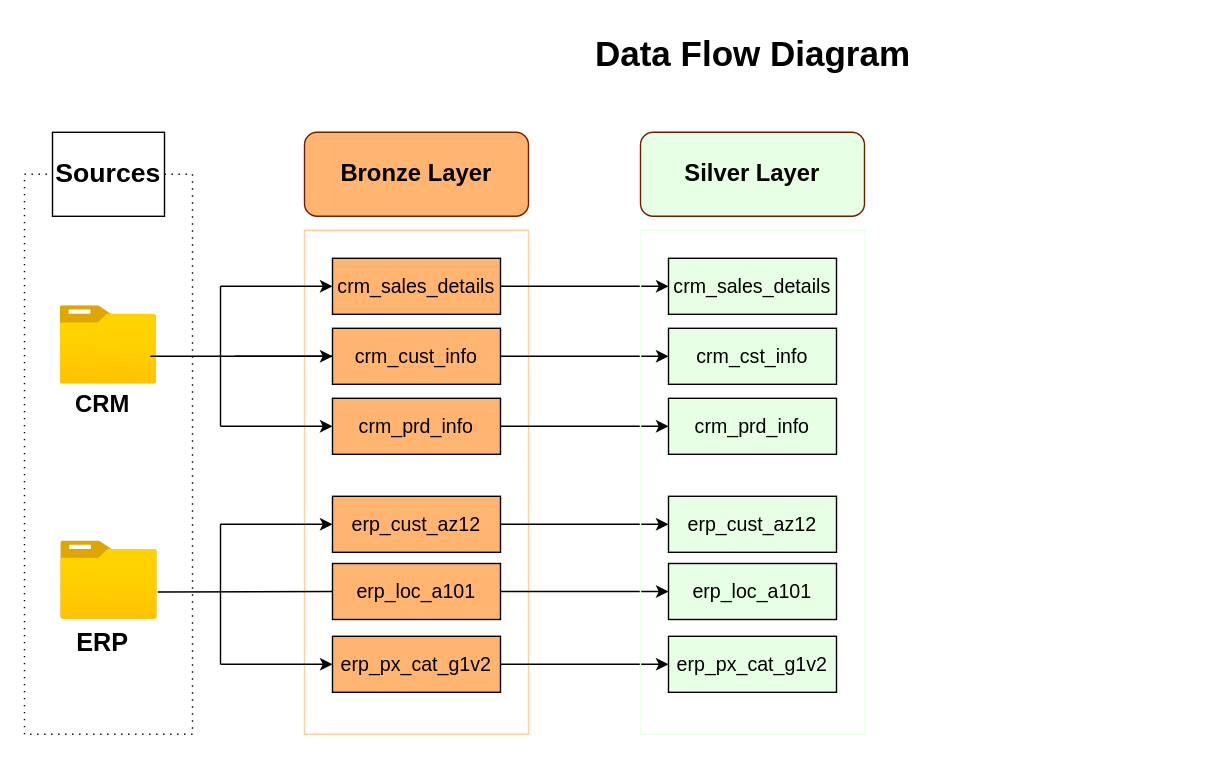
AyushRawat-ghost/Data-Science-And-Engineering keeps this draw.io diagram as Data Warehouse/Draw.io/Data Flow Diagram.drawio. Above is the earlier version. Source tidied: cells renumbered, new cells numbered last; positions are measured from the earlier drawing's top-left corner, leaving out a move shared by most shapes. Both pictures are drawn from the tidied source at 140%, with x=0, y=0 at pixel (24, 24).
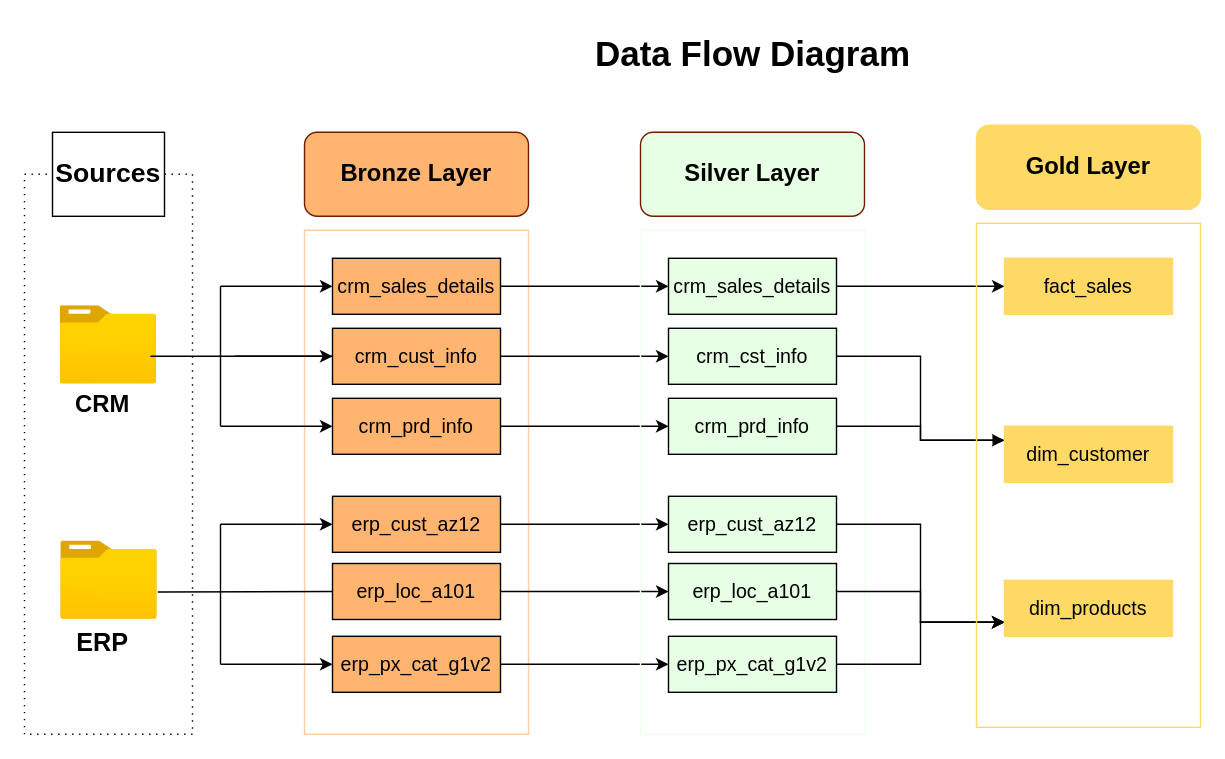
The same page after the edit.

Unchanged cells that the change refers to:
```xml
<mxCell id="34" value="&lt;font style=&quot;color: light-dark(rgb(0, 0, 0), rgb(0, 0, 0)); font-size: 14px;&quot;&gt;crm_sales_details&lt;/font&gt;" style="rounded=0;whiteSpace=wrap;html=1;fillColor=#E6FFE5;" parent="1" vertex="1">
  <mxGeometry x="460" y="167" width="120" height="40" as="geometry" />
</mxCell>
<mxCell id="35" value="&lt;font style=&quot;color: light-dark(rgb(0, 0, 0), rgb(0, 0, 0)); font-size: 14px;&quot;&gt;crm_cst_info&lt;/font&gt;" style="rounded=0;whiteSpace=wrap;html=1;fillColor=#E6FFE5;" parent="1" vertex="1">
  <mxGeometry x="460" y="217" width="120" height="40" as="geometry" />
</mxCell>
<mxCell id="36" value="&lt;font style=&quot;color: light-dark(rgb(0, 0, 0), rgb(0, 0, 0)); font-size: 14px;&quot;&gt;crm_prd_info&lt;/font&gt;" style="rounded=0;whiteSpace=wrap;html=1;fillColor=#E6FFE5;" parent="1" vertex="1">
  <mxGeometry x="460" y="267" width="120" height="40" as="geometry" />
</mxCell>
<mxCell id="37" value="&lt;span style=&quot;color: rgb(0, 0, 0); font-size: 14px;&quot;&gt;erp_cust_az12&lt;/span&gt;" style="rounded=0;whiteSpace=wrap;html=1;fillColor=#E6FFE5;" parent="1" vertex="1">
  <mxGeometry x="460" y="337" width="120" height="40" as="geometry" />
</mxCell>
<mxCell id="38" value="&lt;span style=&quot;color: rgb(0, 0, 0); font-size: 14px;&quot;&gt;erp_loc_a101&lt;/span&gt;" style="rounded=0;whiteSpace=wrap;html=1;fillColor=#E6FFE5;" parent="1" vertex="1">
  <mxGeometry x="460" y="385" width="120" height="40" as="geometry" />
</mxCell>
<mxCell id="39" value="&lt;span style=&quot;color: rgb(0, 0, 0); font-size: 14px;&quot;&gt;erp_px_cat_g1v2&lt;/span&gt;" style="rounded=0;whiteSpace=wrap;html=1;fillColor=#E6FFE5;" parent="1" vertex="1">
  <mxGeometry x="460" y="437" width="120" height="40" as="geometry" />
</mxCell>
```

The edit, as a diff of the source:
```diff
@@
+    <mxCell id="40" style="edgeStyle=orthogonalEdgeStyle;rounded=0;jettySize=auto;html=1;" parent="1" edge="1" source="34" target="48">
+      <mxGeometry relative="1" as="geometry" />
+    </mxCell>
@@
+    <mxCell id="41" style="edgeStyle=orthogonalEdgeStyle;rounded=0;jettySize=auto;html=1;entryX=0;entryY=0.25;entryDx=0;entryDy=0;endArrow=blockThin;endFill=1;" parent="1" edge="1" source="35" target="49">
+      <mxGeometry relative="1" as="geometry" />
+    </mxCell>
@@
+    <mxCell id="42" style="edgeStyle=orthogonalEdgeStyle;rounded=0;jettySize=auto;html=1;entryX=0;entryY=0.25;entryDx=0;entryDy=0;" parent="1" edge="1" source="36" target="49">
+      <mxGeometry relative="1" as="geometry" />
+    </mxCell>
@@
+    <mxCell id="43" style="edgeStyle=orthogonalEdgeStyle;rounded=0;jettySize=auto;html=1;entryX=0;entryY=0.75;entryDx=0;entryDy=0;" parent="1" edge="1" source="37" target="50">
+      <mxGeometry relative="1" as="geometry" />
+    </mxCell>
@@
+    <mxCell id="44" style="edgeStyle=orthogonalEdgeStyle;rounded=0;jettySize=auto;html=1;entryX=0;entryY=0.75;entryDx=0;entryDy=0;" parent="1" edge="1" source="38" target="50">
+      <mxGeometry relative="1" as="geometry" />
+    </mxCell>
@@
+    <mxCell id="45" style="edgeStyle=orthogonalEdgeStyle;rounded=0;jettySize=auto;html=1;entryX=0;entryY=0.75;entryDx=0;entryDy=0;" parent="1" edge="1" source="39" target="50">
+      <mxGeometry relative="1" as="geometry" />
+    </mxCell>
@@
+    <mxCell id="46" style="rounded=0;whiteSpace=wrap;html=1;strokeColor=#FFD966;fillColor=none;" parent="1" vertex="1">
+      <mxGeometry x="680" y="142" width="160" height="360" as="geometry" />
+    </mxCell>
+    <mxCell id="47" value="&lt;b&gt;&lt;font style=&quot;font-size: 17px; color: rgb(0, 0, 0);&quot;&gt;Gold Layer&lt;/font&gt;&lt;/b&gt;" style="rounded=1;whiteSpace=wrap;html=1;fillColor=#FFD966;fontColor=#ffffff;strokeColor=#FFD966;" parent="1" vertex="1">
+      <mxGeometry x="680" y="72" width="160" height="60" as="geometry" />
+    </mxCell>
+    <mxCell id="48" value="&lt;font color=&quot;#000000&quot;&gt;&lt;span style=&quot;font-size: 14px;&quot;&gt;fact_sales&lt;/span&gt;&lt;/font&gt;" style="rounded=0;whiteSpace=wrap;html=1;fillColor=#FFD966;strokeColor=#FFD966;" parent="1" vertex="1">
+      <mxGeometry x="700" y="167" width="120" height="40" as="geometry" />
+    </mxCell>
+    <mxCell id="49" value="&lt;font color=&quot;#000000&quot;&gt;&lt;span style=&quot;font-size: 14px;&quot;&gt;dim_customer&lt;/span&gt;&lt;/font&gt;" style="rounded=0;whiteSpace=wrap;html=1;fillColor=#FFD966;strokeColor=#FFD966;" parent="1" vertex="1">
+      <mxGeometry x="700" y="287" width="120" height="40" as="geometry" />
+    </mxCell>
+    <mxCell id="50" value="&lt;font color=&quot;#000000&quot;&gt;&lt;span style=&quot;font-size: 14px;&quot;&gt;dim_products&lt;/span&gt;&lt;/font&gt;" style="rounded=0;whiteSpace=wrap;html=1;fillColor=#FFD966;strokeColor=#FFD966;" parent="1" vertex="1">
+      <mxGeometry x="700" y="397" width="120" height="40" as="geometry" />
+    </mxCell>
```
